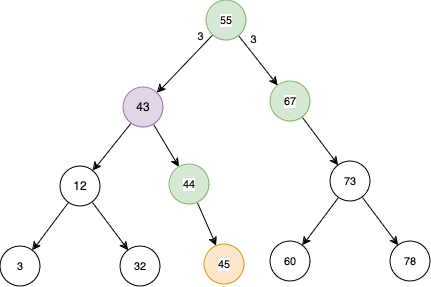
Above: public/images/comp2521-revision/q10-avl-explanation-5.png in csesoc/learn (draw.io), before the change. Source tidied: cells renumbered, new cells last; positions are measured from the earlier drawing's top-left corner, leaving out a move shared by most shapes.
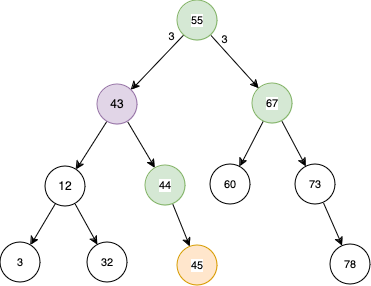
After the commit.

What changed in the source:
```diff
@@ -5,11 +5,11 @@
     <mxCell id="2" style="rounded=0;jettySize=auto;html=1;" parent="1" edge="1" source="4" target="7">
       <mxGeometry relative="1" as="geometry" />
     </mxCell>
-    <mxCell id="3" style="edgeStyle=none;shape=connector;rounded=0;jettySize=auto;html=1;strokeColor=default;align=center;verticalAlign=middle;fontFamily=Helvetica;fontSize=11;fontColor=default;labelBackgroundColor=default;endArrow=classic;" parent="1" edge="1" source="4" target="16">
+    <mxCell id="3" style="edgeStyle=none;shape=connector;rounded=0;jettySize=auto;html=1;strokeColor=default;align=center;verticalAlign=middle;fontFamily=Helvetica;fontSize=11;fontColor=default;labelBackgroundColor=default;endArrow=classic;" parent="1" edge="1" source="4" target="17">
       <mxGeometry relative="1" as="geometry" />
     </mxCell>
     <mxCell id="4" value="43" style="ellipse;whiteSpace=wrap;html=1;fillColor=#e1d5e7;strokeColor=#9673a6;" parent="1" vertex="1">
-      <mxGeometry x="123" y="87" width="40" height="40" as="geometry" />
+      <mxGeometry x="126" y="84" width="40" height="40" as="geometry" />
     </mxCell>
     <mxCell id="5" style="edgeStyle=none;shape=connector;rounded=0;jettySize=auto;html=1;strokeColor=default;align=center;verticalAlign=middle;fontFamily=Helvetica;fontSize=11;fontColor=default;labelBackgroundColor=default;endArrow=classic;" parent="1" edge="1" source="7" target="8">
       <mxGeometry relative="1" as="geometry" />
@@ -18,52 +18,52 @@
       <mxGeometry relative="1" as="geometry" />
     </mxCell>
     <mxCell id="7" value="12" style="ellipse;whiteSpace=wrap;html=1;" parent="1" vertex="1">
-      <mxGeometry x="60" y="166" width="40" height="40" as="geometry" />
+      <mxGeometry x="74" y="166" width="40" height="40" as="geometry" />
     </mxCell>
     <mxCell id="8" value="3" style="ellipse;whiteSpace=wrap;html=1;fontFamily=Helvetica;fontSize=11;fontColor=default;labelBackgroundColor=default;" parent="1" vertex="1">
-      <mxGeometry y="246" width="40" height="40" as="geometry" />
+      <mxGeometry x="29" y="242" width="40" height="40" as="geometry" />
     </mxCell>
     <mxCell id="9" value="32" style="ellipse;whiteSpace=wrap;html=1;fontFamily=Helvetica;fontSize=11;fontColor=default;labelBackgroundColor=default;" parent="1" vertex="1">
-      <mxGeometry x="120" y="246" width="40" height="40" as="geometry" />
+      <mxGeometry x="116" y="242" width="40" height="40" as="geometry" />
     </mxCell>
-    <mxCell id="10" style="edgeStyle=none;shape=connector;rounded=0;jettySize=auto;html=1;strokeColor=default;align=center;verticalAlign=middle;fontFamily=Helvetica;fontSize=11;fontColor=default;labelBackgroundColor=default;endArrow=classic;" parent="1" edge="1" source="11" target="20">
+    <mxCell id="10" style="edgeStyle=none;shape=connector;rounded=0;jettySize=auto;html=1;strokeColor=default;align=center;verticalAlign=middle;fontFamily=Helvetica;fontSize=11;fontColor=default;labelBackgroundColor=default;endArrow=classic;" parent="1" edge="1" source="12" target="20">
       <mxGeometry relative="1" as="geometry" />
     </mxCell>
-    <mxCell id="11" value="67" style="ellipse;whiteSpace=wrap;html=1;fontFamily=Helvetica;fontSize=11;labelBackgroundColor=default;fillColor=#d5e8d4;strokeColor=#82b366;" parent="1" vertex="1">
-      <mxGeometry x="270" y="81" width="40" height="40" as="geometry" />
+    <mxCell id="11" style="edgeStyle=none;shape=connector;rounded=0;jettySize=auto;html=1;strokeColor=default;align=center;verticalAlign=middle;fontFamily=Helvetica;fontSize=11;fontColor=default;labelBackgroundColor=default;endArrow=classic;" parent="1" edge="1" source="12" target="18">
+      <mxGeometry relative="1" as="geometry" />
     </mxCell>
-    <mxCell id="12" style="edgeStyle=none;shape=connector;rounded=0;jettySize=auto;html=1;strokeColor=default;align=center;verticalAlign=middle;fontFamily=Helvetica;fontSize=11;fontColor=default;labelBackgroundColor=default;endArrow=classic;" parent="1" edge="1" source="14" target="11">
-      <mxGeometry relative="1" as="geometry" />
+    <mxCell id="12" value="67" style="ellipse;whiteSpace=wrap;html=1;fontFamily=Helvetica;fontSize=11;labelBackgroundColor=default;fillColor=#d5e8d4;strokeColor=#82b366;" parent="1" vertex="1">
+      <mxGeometry x="281" y="83" width="40" height="40" as="geometry" />
     </mxCell>
-    <mxCell id="13" style="edgeStyle=none;shape=connector;rounded=0;jettySize=auto;html=1;strokeColor=default;align=center;verticalAlign=middle;fontFamily=Helvetica;fontSize=11;fontColor=default;labelBackgroundColor=default;endArrow=classic;" parent="1" edge="1" source="14" target="4">
+    <mxCell id="13" style="edgeStyle=none;shape=connector;rounded=0;jettySize=auto;html=1;strokeColor=default;align=center;verticalAlign=middle;fontFamily=Helvetica;fontSize=11;fontColor=default;labelBackgroundColor=default;endArrow=classic;" parent="1" edge="1" source="15" target="12">
       <mxGeometry relative="1" as="geometry" />
     </mxCell>
-    <mxCell id="14" value="55" style="ellipse;whiteSpace=wrap;html=1;fontFamily=Helvetica;fontSize=11;labelBackgroundColor=default;fillColor=#d5e8d4;strokeColor=#82b366;" parent="1" vertex="1">
-      <mxGeometry x="206" width="40" height="40" as="geometry" />
+    <mxCell id="14" style="edgeStyle=none;shape=connector;rounded=0;jettySize=auto;html=1;strokeColor=default;align=center;verticalAlign=middle;fontFamily=Helvetica;fontSize=11;fontColor=default;labelBackgroundColor=default;endArrow=classic;" parent="1" edge="1" source="15" target="4">
+      <mxGeometry relative="1" as="geometry" />
     </mxCell>
-    <mxCell id="15" style="edgeStyle=none;shape=connector;rounded=0;jettySize=auto;html=1;strokeColor=default;align=center;verticalAlign=middle;fontFamily=Helvetica;fontSize=11;fontColor=default;labelBackgroundColor=default;endArrow=classic;" parent="1" edge="1" source="16" target="22">
-      <mxGeometry relative="1" as="geometry" />
+    <mxCell id="15" value="55" style="ellipse;whiteSpace=wrap;html=1;fontFamily=Helvetica;fontSize=11;labelBackgroundColor=default;fillColor=#d5e8d4;strokeColor=#82b366;" parent="1" vertex="1">
+      <mxGeometry x="206" width="40" height="40" as="geometry" />
     </mxCell>
-    <mxCell id="16" value="&lt;span style=&quot;background-color: transparent;&quot;&gt;44&lt;/span&gt;" style="ellipse;whiteSpace=wrap;html=1;fontFamily=Helvetica;fontSize=11;labelBackgroundColor=default;fillColor=#d5e8d4;strokeColor=#82b366;" parent="1" vertex="1">
-      <mxGeometry x="169" y="164" width="40" height="40" as="geometry" />
+    <mxCell id="16" style="edgeStyle=none;shape=connector;rounded=0;jettySize=auto;html=1;strokeColor=default;align=center;verticalAlign=middle;fontFamily=Helvetica;fontSize=11;fontColor=default;labelBackgroundColor=default;endArrow=classic;" parent="1" edge="1" source="17" target="22">
+      <mxGeometry relative="1" as="geometry" />
     </mxCell>
-    <mxCell id="17" value="60" style="ellipse;whiteSpace=wrap;html=1;fontFamily=Helvetica;fontSize=11;fontColor=default;labelBackgroundColor=default;" parent="1" vertex="1">
-      <mxGeometry x="270" y="241" width="40" height="40" as="geometry" />
+    <mxCell id="17" value="&lt;span style=&quot;background-color: transparent;&quot;&gt;44&lt;/span&gt;" style="ellipse;whiteSpace=wrap;html=1;fontFamily=Helvetica;fontSize=11;labelBackgroundColor=default;fillColor=#d5e8d4;strokeColor=#82b366;" parent="1" vertex="1">
+      <mxGeometry x="174" y="165" width="40" height="40" as="geometry" />
     </mxCell>
-    <mxCell id="18" style="edgeStyle=none;shape=connector;rounded=0;jettySize=auto;html=1;strokeColor=default;align=center;verticalAlign=middle;fontFamily=Helvetica;fontSize=11;fontColor=default;labelBackgroundColor=default;endArrow=classic;" parent="1" edge="1" source="20" target="21">
-      <mxGeometry relative="1" as="geometry" />
+    <mxCell id="18" value="60" style="ellipse;whiteSpace=wrap;html=1;fontFamily=Helvetica;fontSize=11;fontColor=default;labelBackgroundColor=default;" parent="1" vertex="1">
+      <mxGeometry x="239" y="164" width="40" height="40" as="geometry" />
     </mxCell>
-    <mxCell id="19" style="edgeStyle=none;shape=connector;rounded=0;jettySize=auto;html=1;strokeColor=default;align=center;verticalAlign=middle;fontFamily=Helvetica;fontSize=11;fontColor=default;labelBackgroundColor=default;endArrow=classic;" parent="1" edge="1" source="20" target="17">
+    <mxCell id="19" style="edgeStyle=none;shape=connector;rounded=0;jettySize=auto;html=1;strokeColor=default;align=center;verticalAlign=middle;fontFamily=Helvetica;fontSize=11;fontColor=default;labelBackgroundColor=default;endArrow=classic;" parent="1" edge="1" source="20" target="21">
       <mxGeometry relative="1" as="geometry" />
     </mxCell>
     <mxCell id="20" value="73" style="ellipse;whiteSpace=wrap;html=1;fontFamily=Helvetica;fontSize=11;fontColor=default;labelBackgroundColor=default;" parent="1" vertex="1">
-      <mxGeometry x="330" y="161" width="40" height="40" as="geometry" />
+      <mxGeometry x="324" y="164" width="40" height="40" as="geometry" />
     </mxCell>
     <mxCell id="21" value="78" style="ellipse;whiteSpace=wrap;html=1;fontFamily=Helvetica;fontSize=11;fontColor=default;labelBackgroundColor=default;" parent="1" vertex="1">
-      <mxGeometry x="390" y="241" width="40" height="40" as="geometry" />
+      <mxGeometry x="359" y="244" width="40" height="40" as="geometry" />
     </mxCell>
     <mxCell id="22" value="45" style="ellipse;whiteSpace=wrap;html=1;fontFamily=Helvetica;fontSize=11;labelBackgroundColor=default;fillColor=#ffe6cc;strokeColor=#d79b00;" parent="1" vertex="1">
-      <mxGeometry x="204" y="244" width="40" height="40" as="geometry" />
+      <mxGeometry x="206" y="245" width="40" height="40" as="geometry" />
     </mxCell>
     <mxCell id="23" value="3" style="text;html=1;align=center;verticalAlign=middle;strokeColor=none;fillColor=none;fontFamily=Helvetica;fontSize=11;fontColor=default;labelBackgroundColor=default;" parent="1" vertex="1">
       <mxGeometry x="188" y="23" width="24" height="25" as="geometry" />
```
